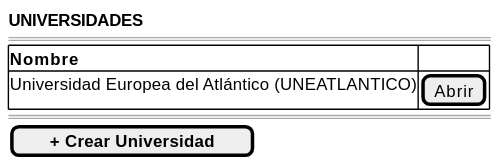
Earlier version of the PlantUML export images/RUP/01-requisitos/03-detalle-casos-uso/abrirUniversidades/wireframe.svg (mmasias/pyCeldaPublico).
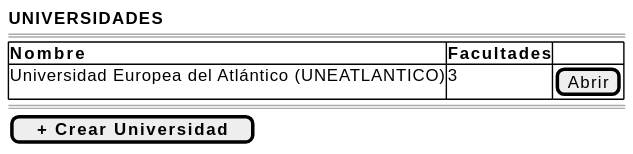
Above is the later version.

Change to the diagram source:
```diff
@@ -3,8 +3,8 @@
     <b>UNIVERSIDADES</b>
     ====
     {#
-        <b>Nombre | .
-        Universidad Europea del Atlántico (UNEATLANTICO) | [Abrir]
+        <b>Nombre | <b>Facultades | .
+        Universidad Europea del Atlántico (UNEATLANTICO) | 3 | [Abrir]
     }
     ====
     [ <b>+ Crear Universidad</b> ]
```
